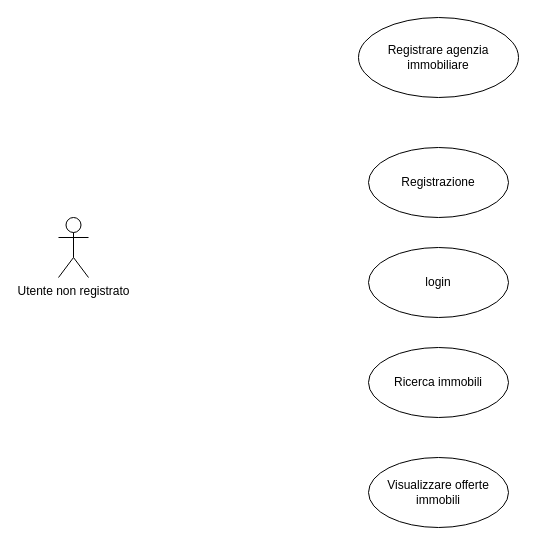
The draw.io diagram diagrammi/case-use.drawio in Sperob98/Documentazione-DietiEstates25, before the edit. Source tidied: cells renumbered, new cells numbered last; positions are measured from the earlier drawing's top-left corner, leaving out a move shared by most shapes. Both pictures are drawn from the tidied source at 100%, with x=0, y=0 at pixel (58, 17).
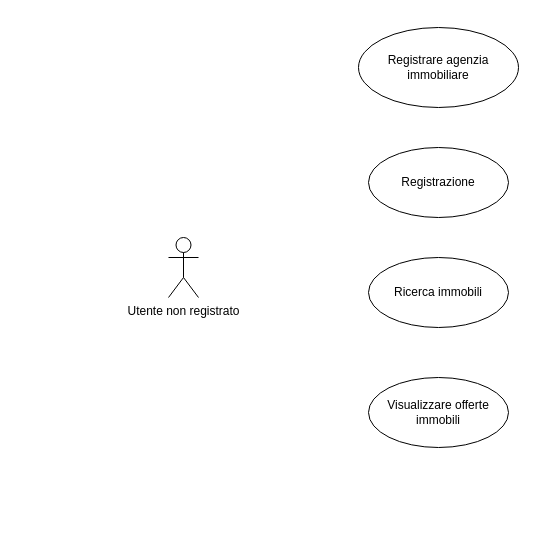
The same diagram, later.

Change to the diagram source:
```diff
@@
 <mxGraphModel>
   <root>
     <mxCell id="0" />
     <mxCell id="1" parent="0" />
     <mxCell id="2" value="Utente non registrato" style="shape=umlActor;verticalLabelPosition=bottom;verticalAlign=top;html=1;" parent="1" vertex="1">
-      <mxGeometry y="200" width="30" height="60" as="geometry" />
+      <mxGeometry x="110" y="220" width="30" height="60" as="geometry" />
     </mxCell>
     <mxCell id="3" value="Registrare agenzia immobiliare" style="ellipse;whiteSpace=wrap;html=1;" parent="1" vertex="1">
-      <mxGeometry x="300" width="160" height="80" as="geometry" />
+      <mxGeometry x="300" y="10" width="160" height="80" as="geometry" />
     </mxCell>
     <mxCell id="4" value="Registrazione" style="ellipse;whiteSpace=wrap;html=1;" parent="1" vertex="1">
       <mxGeometry x="310" y="130" width="140" height="70" as="geometry" />
     </mxCell>
-    <mxCell id="5" value="login" style="ellipse;whiteSpace=wrap;html=1;" parent="1" vertex="1">
-      <mxGeometry x="310" y="230" width="140" height="70" as="geometry" />
-    </mxCell>
     <mxCell id="6" value="Ricerca immobili" style="ellipse;whiteSpace=wrap;html=1;" parent="1" vertex="1">
-      <mxGeometry x="310" y="330" width="140" height="70" as="geometry" />
+      <mxGeometry x="310" y="240" width="140" height="70" as="geometry" />
     </mxCell>
     <mxCell id="7" value="Visualizzare offerte immobili" style="ellipse;whiteSpace=wrap;html=1;" parent="1" vertex="1">
-      <mxGeometry x="310" y="440" width="140" height="70" as="geometry" />
+      <mxGeometry x="310" y="360" width="140" height="70" as="geometry" />
     </mxCell>
   </root>
 </mxGraphModel>
```
